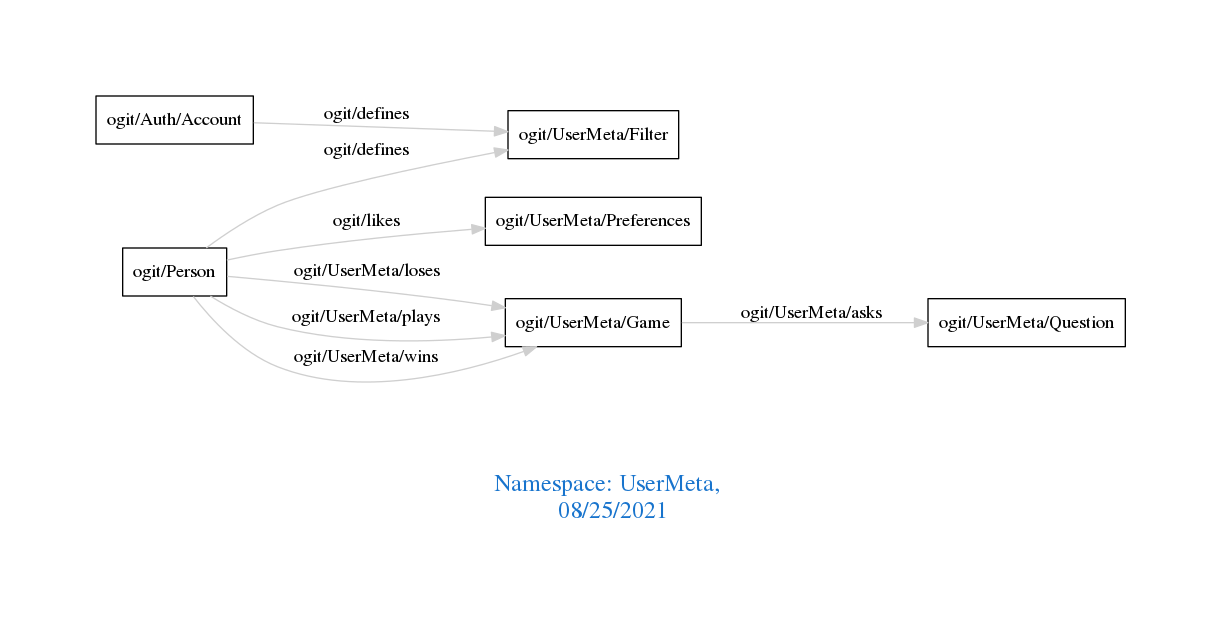
This is downloads/UserMeta.png from arago/OGIT, a Graphviz export, as it was before one commit. Its source is kept beside it as downloads/UserMeta.dot.
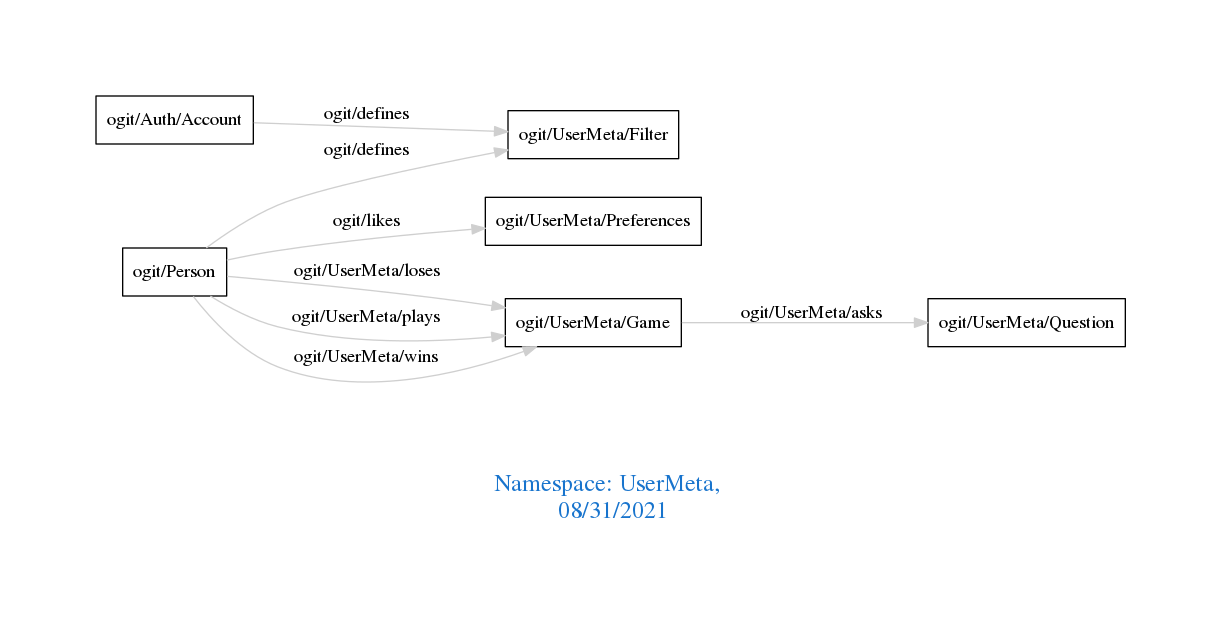
The same diagram one commit later.

What changed in the source:
```diff
@@ -1,7 +1,7 @@
 digraph OGIT_ontology {
  graph [ rankdir= LR,pad=1
 fontsize = 18,
-fontcolor= dodgerblue3,label = "\n\n\nNamespace: UserMeta, \n 08/25/2021"];
+fontcolor= dodgerblue3,label = "\n\n\nNamespace: UserMeta, \n 08/31/2021"];
 node[shape=polygon];
 edge [  color="gray81"];
 
```
